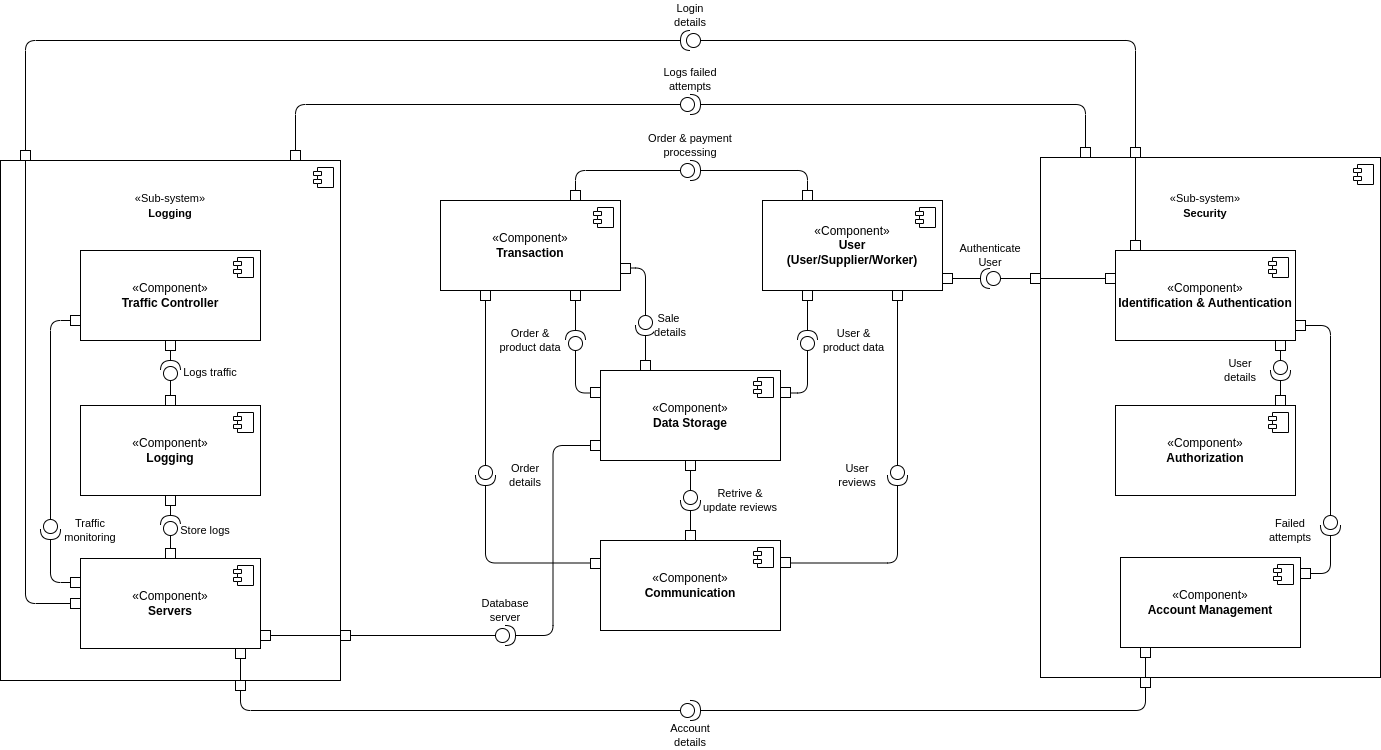
The draw.io diagram fen/y3/code/2dt902/labs/lab2/img/component3.drawio.png in TheFirstFen/lnu, before a commit. Source tidied: cells renumbered, new cells last; positions are measured from the earlier drawing's top-left corner, leaving out a move shared by most shapes.
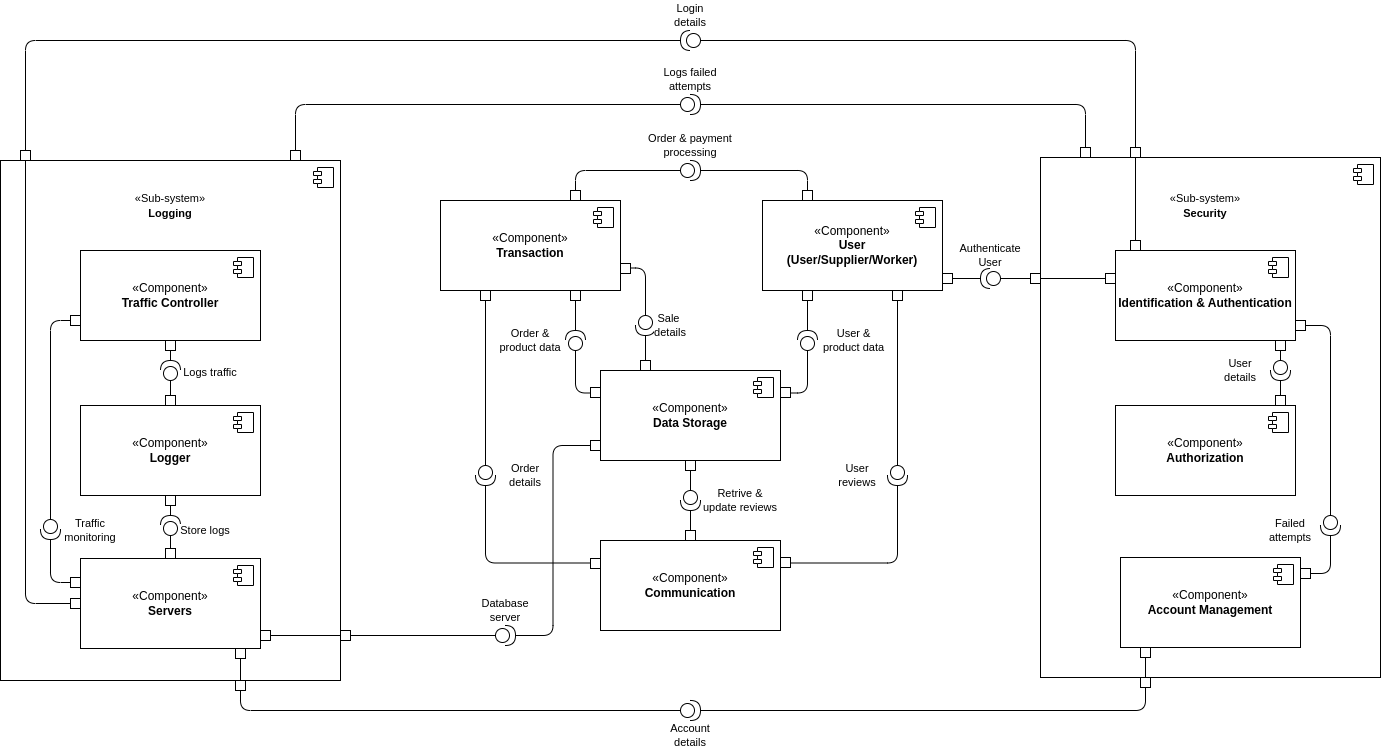
Later version of the same file.

What changed in the source:
```diff
@@ -208,7 +208,7 @@
         <mxPoint x="-27" y="7" as="offset" />
       </mxGeometry>
     </mxCell>
-    <mxCell id="64" value="«Component»&lt;br&gt;&lt;b&gt;Logging&lt;/b&gt;" style="html=1;whiteSpace=wrap;" parent="1" vertex="1">
+    <mxCell id="64" value="«Component»&lt;br&gt;&lt;b&gt;Logger&lt;/b&gt;" style="html=1;whiteSpace=wrap;" parent="1" vertex="1">
       <mxGeometry x="80" y="405" width="180" height="90" as="geometry" />
     </mxCell>
     <mxCell id="65" style="shape=module;jettyWidth=8;jettyHeight=4;" parent="64" vertex="1">
```
